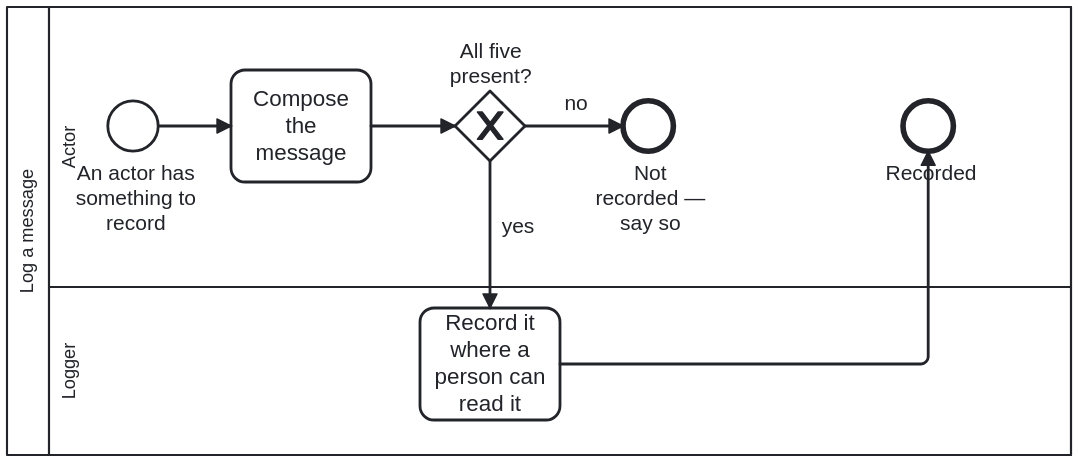
This is processes/log-message.svg from litlfred/bootstrap, a BPMN export, as it was before one commit. Its source is kept beside it as processes/log-message.bpmn. Ids are renumbered.
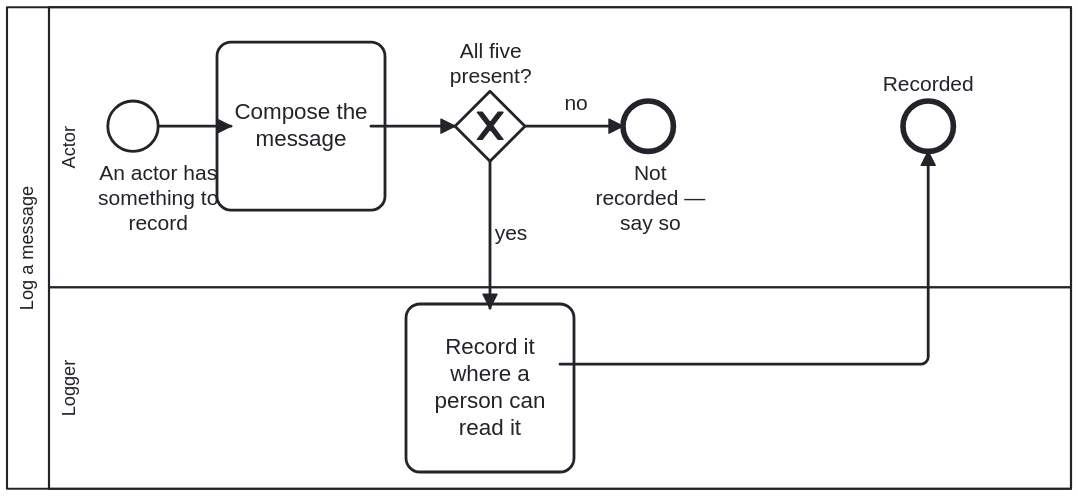
Above is the later version.

What changed in the source:
```diff
@@ -72,45 +72,45 @@
   <bpmndi:BPMNDiagram id="BPMNDiagram_Process_LogMessage">
     <bpmndi:BPMNPlane id="BPMNPlane_Process_LogMessage" bpmnElement="Collaboration_Process_LogMessage">
       <bpmndi:BPMNShape id="Shape_Participant" bpmnElement="Participant_Process_LogMessage" isHorizontal="true">
-        <dc:Bounds x="160" y="80" width="760" height="320"/>
+        <dc:Bounds x="160" y="80" width="760" height="344" />
       </bpmndi:BPMNShape>
       <bpmndi:BPMNShape id="Shape_Lane_Actor" bpmnElement="Lane_Actor" isHorizontal="true">
-        <dc:Bounds x="190" y="80" width="730" height="200"/>
+        <dc:Bounds x="190" y="80" width="730" height="200" />
       </bpmndi:BPMNShape>
       <bpmndi:BPMNShape id="Shape_Lane_Logger" bpmnElement="Lane_Logger" isHorizontal="true">
-        <dc:Bounds x="190" y="280" width="730" height="120"/>
+        <dc:Bounds x="190" y="280" width="730" height="144" />
       </bpmndi:BPMNShape>
 
       <bpmndi:BPMNShape id="Shape_Start_LogMessage" bpmnElement="Start_LogMessage">
-        <dc:Bounds x="232" y="147" width="36" height="36"/>
-        <bpmndi:BPMNLabel><dc:Bounds x="212" y="190" width="80" height="40"/></bpmndi:BPMNLabel>
-      </bpmndi:BPMNShape>
+        <dc:Bounds x="232" y="147" width="36" height="36" />
+
+      <bpmndi:BPMNLabel><dc:Bounds x="225.06" y="189.5" width="85.89" height="53" /></bpmndi:BPMNLabel></bpmndi:BPMNShape>
       <bpmndi:BPMNShape id="Shape_A_Compose" bpmnElement="A_Compose">
-        <dc:Bounds x="320" y="125" width="100" height="80"/>
+        <dc:Bounds x="310" y="105" width="120" height="120" />
       </bpmndi:BPMNShape>
       <bpmndi:BPMNShape id="Shape_GW_Complete" bpmnElement="GW_Complete" isMarkerVisible="true">
-        <dc:Bounds x="480" y="140" width="50" height="50"/>
-        <bpmndi:BPMNLabel><dc:Bounds x="466" y="103" width="78" height="27"/></bpmndi:BPMNLabel>
-      </bpmndi:BPMNShape>
+        <dc:Bounds x="480" y="140" width="50" height="50" />
+
+      <bpmndi:BPMNLabel><dc:Bounds x="466" y="103" width="78" height="27"/></bpmndi:BPMNLabel></bpmndi:BPMNShape>
       <bpmndi:BPMNShape id="Shape_End_NotLogged" bpmnElement="End_NotLogged">
-        <dc:Bounds x="600" y="147" width="36" height="36"/>
-        <bpmndi:BPMNLabel><dc:Bounds x="578" y="190" width="82" height="40"/></bpmndi:BPMNLabel>
-      </bpmndi:BPMNShape>
+        <dc:Bounds x="600" y="147" width="36" height="36" />
+
+      <bpmndi:BPMNLabel><dc:Bounds x="578" y="190" width="82" height="40"/></bpmndi:BPMNLabel></bpmndi:BPMNShape>
       <bpmndi:BPMNShape id="Shape_End_Logged" bpmnElement="End_Logged">
-        <dc:Bounds x="800" y="147" width="36" height="36"/>
-        <bpmndi:BPMNLabel><dc:Bounds x="790" y="190" width="60" height="20"/></bpmndi:BPMNLabel>
-      </bpmndi:BPMNShape>
+        <dc:Bounds x="800" y="147" width="36" height="36" />
+
+      <bpmndi:BPMNLabel><dc:Bounds x="785.48" y="126" width="65.05" height="17" /></bpmndi:BPMNLabel></bpmndi:BPMNShape>
       <bpmndi:BPMNShape id="Shape_A_Record" bpmnElement="A_Record">
-        <dc:Bounds x="455" y="295" width="100" height="80"/>
+        <dc:Bounds x="445" y="292" width="120" height="120" />
       </bpmndi:BPMNShape>
 
       <bpmndi:BPMNEdge id="Edge_SF_LM_1" bpmnElement="SF_LM_1">
-        <di:waypoint x="268" y="165"/>
-        <di:waypoint x="320" y="165"/>
+        <di:waypoint x="268" y="165" />
+        <di:waypoint x="320" y="165" />
       </bpmndi:BPMNEdge>
       <bpmndi:BPMNEdge id="Edge_SF_LM_2" bpmnElement="SF_LM_2">
-        <di:waypoint x="420" y="165"/>
-        <di:waypoint x="480" y="165"/>
+        <di:waypoint x="420" y="165" />
+        <di:waypoint x="480" y="165" />
       </bpmndi:BPMNEdge>
       <bpmndi:BPMNEdge id="Edge_SF_LM_3" bpmnElement="SF_LM_3">
         <di:waypoint x="530" y="165"/>
@@ -118,14 +118,13 @@
         <bpmndi:BPMNLabel><dc:Bounds x="555" y="140" width="22" height="20"/></bpmndi:BPMNLabel>
       </bpmndi:BPMNEdge>
       <bpmndi:BPMNEdge id="Edge_SF_LM_4" bpmnElement="SF_LM_4">
-        <di:waypoint x="505" y="190"/>
-        <di:waypoint x="505" y="295"/>
-        <bpmndi:BPMNLabel><dc:Bounds x="513" y="228" width="24" height="20"/></bpmndi:BPMNLabel>
+        <di:waypoint x="505" y="190" />
+        <di:waypoint x="505" y="295" />
       </bpmndi:BPMNEdge>
       <bpmndi:BPMNEdge id="Edge_SF_LM_5" bpmnElement="SF_LM_5">
-        <di:waypoint x="555" y="335"/>
-        <di:waypoint x="818" y="335"/>
-        <di:waypoint x="818" y="183"/>
+        <di:waypoint x="555" y="335" />
+        <di:waypoint x="818" y="335" />
+        <di:waypoint x="818" y="183" />
       </bpmndi:BPMNEdge>
     </bpmndi:BPMNPlane>
   </bpmndi:BPMNDiagram>
```
